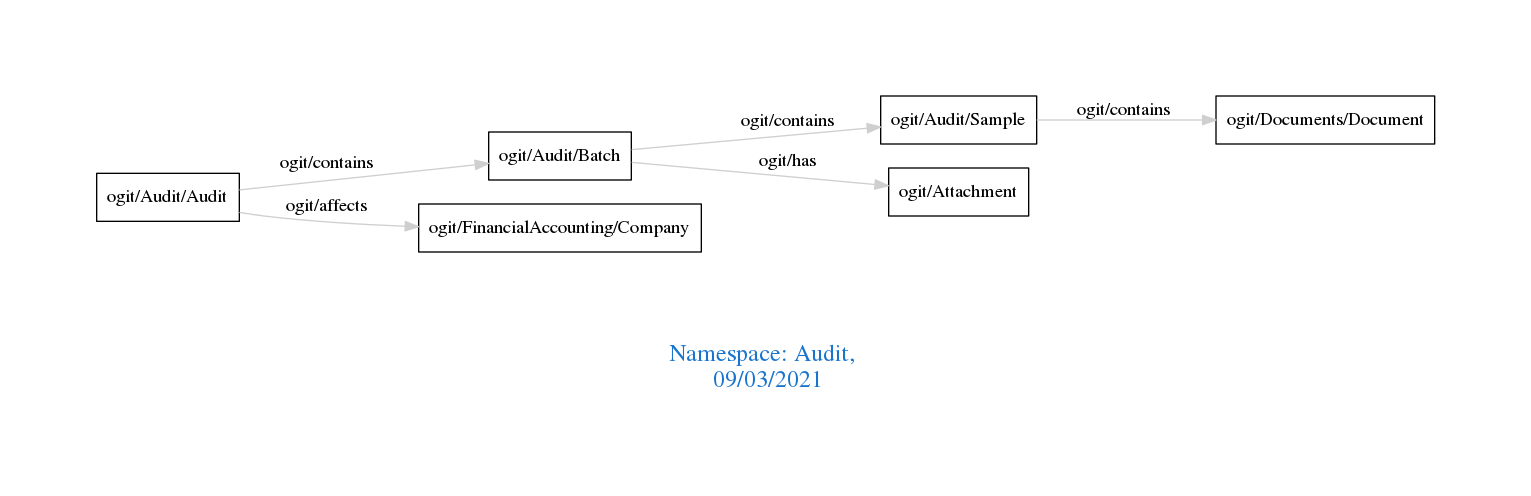
Before: downloads/Audit.png, a diagram exported from Graphviz (arago/OGIT). Its source is kept beside it as downloads/Audit.dot.
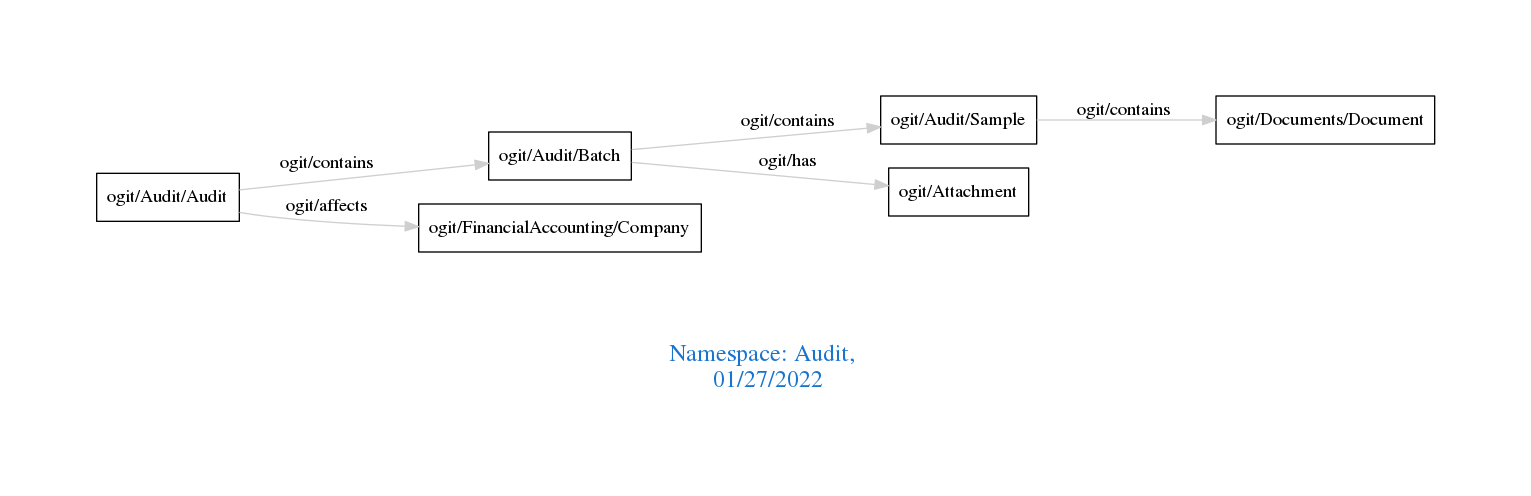
Later version of the same file.

Diff of the diagram source:
```diff
@@ -1,13 +1,13 @@
 digraph OGIT_ontology {
  graph [ rankdir= LR,pad=1
 fontsize = 18,
-fontcolor= dodgerblue3,label = "\n\n\nNamespace: Audit, \n 09/03/2021"];
+fontcolor= dodgerblue3,label = "\n\n\nNamespace: Audit, \n 01/27/2022"];
 node[shape=polygon];
 edge [  color="gray81"];
 
    "ogit/Audit/Audit" -> "ogit/Audit/Batch" [label="   ogit/contains    "];
+   "ogit/Audit/Sample" -> "ogit/Documents/Document" [label="   ogit/contains    "];
    "ogit/Audit/Batch" -> "ogit/Audit/Sample" [label="   ogit/contains    "];
-   "ogit/Audit/Sample" -> "ogit/Documents/Document" [label="   ogit/contains    "];
    "ogit/Audit/Audit" -> "ogit/FinancialAccounting/Company" [label="   ogit/affects    "];
    "ogit/Audit/Batch" -> "ogit/Attachment" [label="   ogit/has    "];
 }
```
